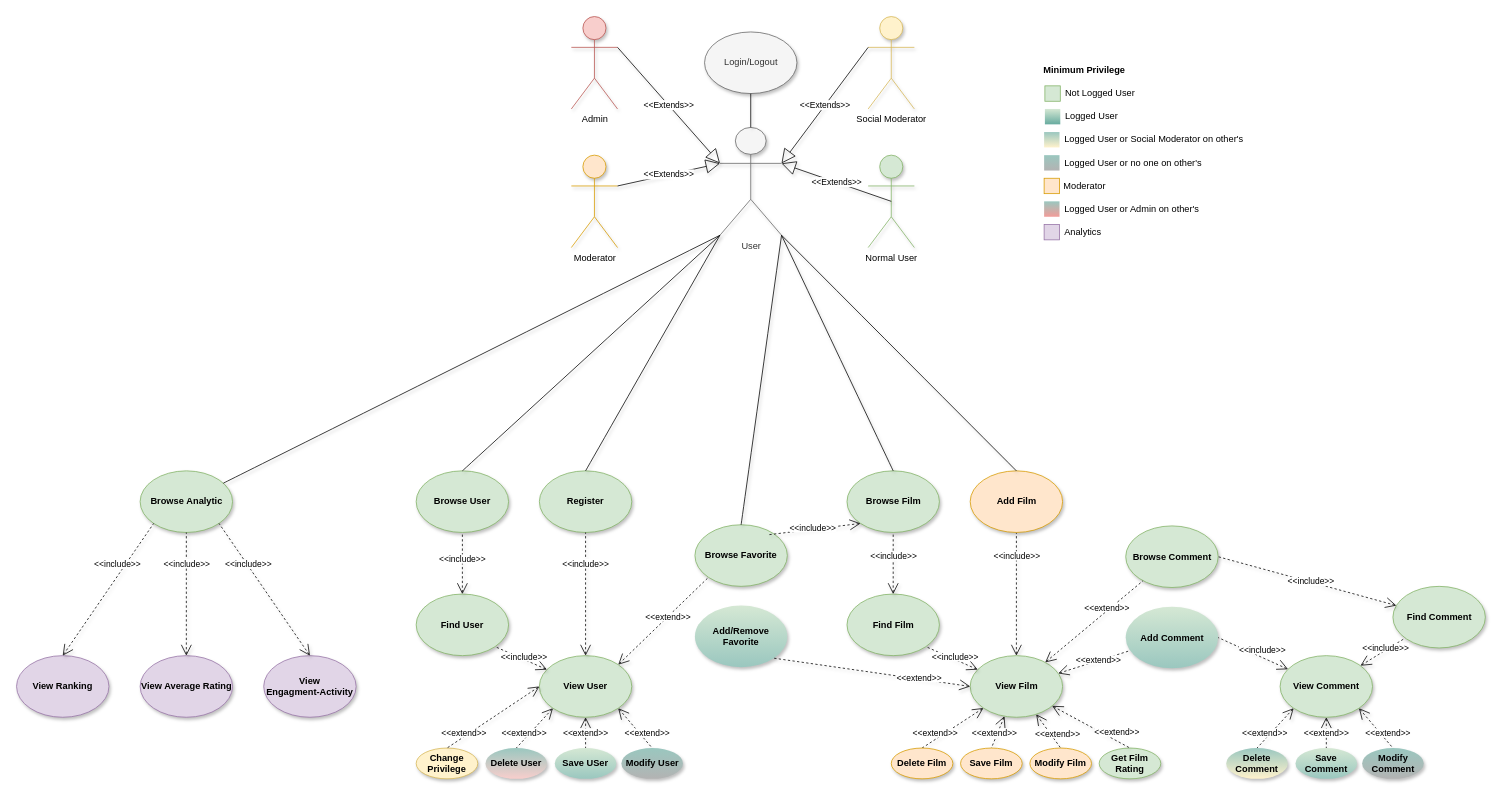
Above: Task2/Documentation/Diagrams/Use Case.drawio in unipi-fr/LargeScaleMultiStructureDatabases (draw.io), before the change. Source tidied: cells renumbered, new cells numbered last; positions are measured from the earlier drawing's top-left corner, leaving out a move shared by most shapes. Both pictures are drawn from the tidied source at 77%, with x=0, y=0 at pixel (16, 16).
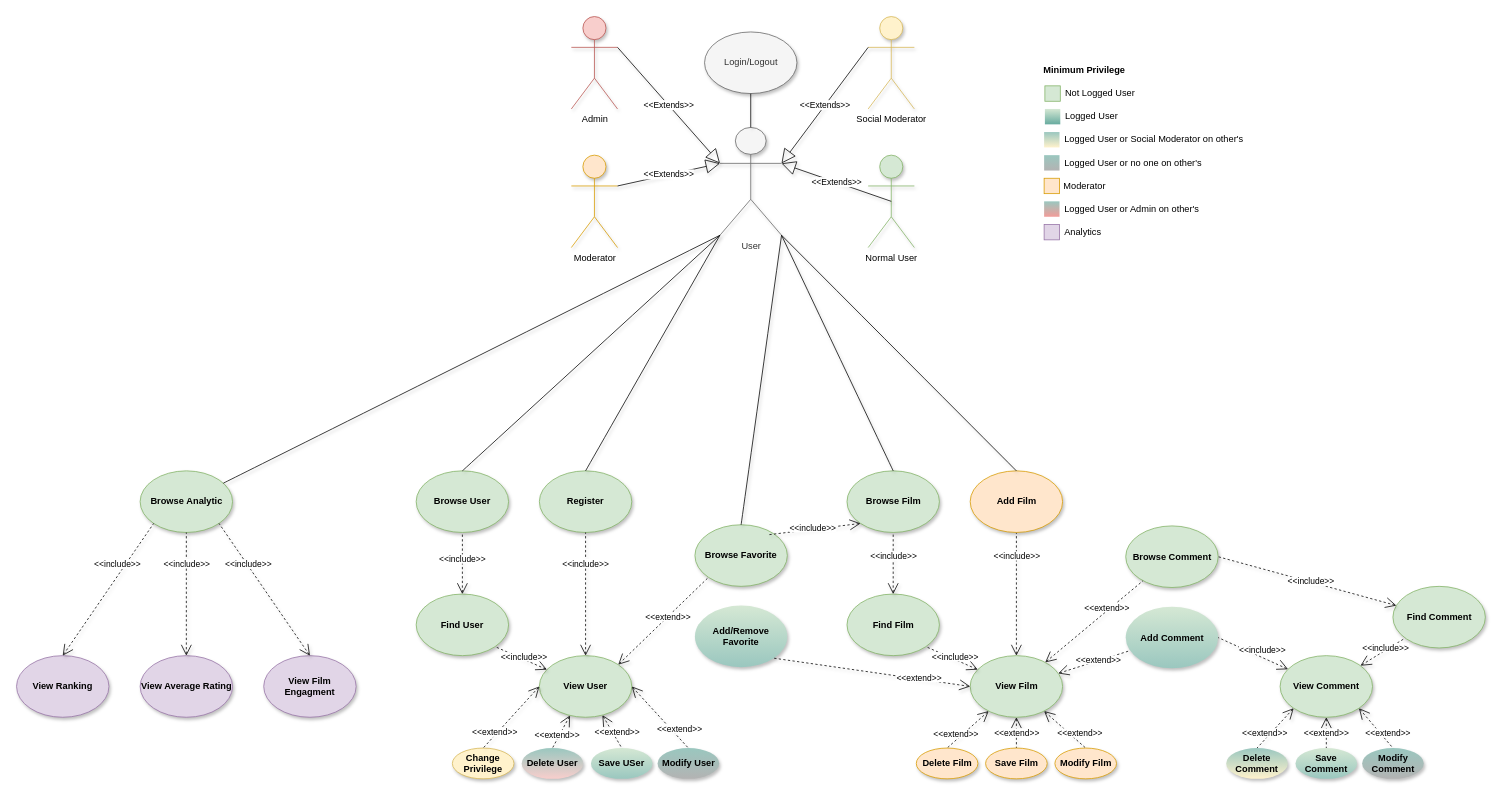
The same page after the edit.

The change refers to these unchanged cells:
```xml
<mxCell id="26" value="View User" style="ellipse;whiteSpace=wrap;html=1;fontStyle=1;fillColor=#d5e8d4;strokeColor=#82b366;shadow=1;" parent="1" vertex="1">
  <mxGeometry x="679" y="830" width="120" height="80" as="geometry" />
</mxCell>
<mxCell id="38" value="View Film" style="ellipse;whiteSpace=wrap;html=1;fontStyle=1;fillColor=#d5e8d4;strokeColor=#82b366;shadow=1;" parent="1" vertex="1">
  <mxGeometry x="1238.5" y="830" width="120" height="80" as="geometry" />
</mxCell>
```

Diff of the diagram source:
```diff
@@
-    <mxCell id="23" value="&lt;span style=&quot;background-color: rgb(255 , 255 , 255)&quot;&gt;&amp;lt;&amp;lt;extend&amp;gt;&amp;gt;&lt;/span&gt;" style="edgeStyle=none;html=1;startArrow=open;endArrow=none;startSize=12;verticalAlign=bottom;dashed=1;labelBackgroundColor=none;exitX=0;exitY=1;exitDx=0;exitDy=0;entryX=0.5;entryY=0;entryDx=0;entryDy=0;shadow=1;" parent="1" edge="1" source="26" target="27">
+    <mxCell id="23" value="&lt;span style=&quot;background-color: rgb(255 , 255 , 255)&quot;&gt;&amp;lt;&amp;lt;extend&amp;gt;&amp;gt;&lt;/span&gt;" style="edgeStyle=none;html=1;startArrow=open;endArrow=none;startSize=12;verticalAlign=bottom;dashed=1;labelBackgroundColor=none;entryX=0.5;entryY=0;entryDx=0;entryDy=0;shadow=1;" parent="1" edge="1" source="26" target="27">
       <mxGeometry x="0.6" y="1" relative="1" as="geometry" />
     </mxCell>
-    <mxCell id="24" value="&lt;span style=&quot;background-color: rgb(255 , 255 , 255)&quot;&gt;&amp;lt;&amp;lt;extend&amp;gt;&amp;gt;&lt;/span&gt;" style="edgeStyle=none;html=1;startArrow=open;endArrow=none;startSize=12;verticalAlign=bottom;dashed=1;labelBackgroundColor=none;entryX=0.5;entryY=0;entryDx=0;entryDy=0;exitX=0.5;exitY=1;exitDx=0;exitDy=0;shadow=1;" parent="1" edge="1" source="26" target="28">
+    <mxCell id="24" value="&lt;span style=&quot;background-color: rgb(255 , 255 , 255)&quot;&gt;&amp;lt;&amp;lt;extend&amp;gt;&amp;gt;&lt;/span&gt;" style="edgeStyle=none;html=1;startArrow=open;endArrow=none;startSize=12;verticalAlign=bottom;dashed=1;labelBackgroundColor=none;entryX=0.5;entryY=0;entryDx=0;entryDy=0;shadow=1;" parent="1" edge="1" source="26" target="28">
       <mxGeometry x="0.5" relative="1" as="geometry" />
     </mxCell>
-    <mxCell id="25" value="&lt;span style=&quot;background-color: rgb(255 , 255 , 255)&quot;&gt;&amp;lt;&amp;lt;extend&amp;gt;&amp;gt;&lt;/span&gt;" style="edgeStyle=none;html=1;startArrow=open;endArrow=none;startSize=12;verticalAlign=bottom;dashed=1;labelBackgroundColor=none;entryX=0.5;entryY=0;entryDx=0;entryDy=0;exitX=1;exitY=1;exitDx=0;exitDy=0;shadow=1;" parent="1" edge="1" source="26" target="29">
+    <mxCell id="25" value="&lt;span style=&quot;background-color: rgb(255 , 255 , 255)&quot;&gt;&amp;lt;&amp;lt;extend&amp;gt;&amp;gt;&lt;/span&gt;" style="edgeStyle=none;html=1;startArrow=open;endArrow=none;startSize=12;verticalAlign=bottom;dashed=1;labelBackgroundColor=none;entryX=0.5;entryY=0;entryDx=0;entryDy=0;exitX=1;exitY=0.5;exitDx=0;exitDy=0;shadow=1;" parent="1" edge="1" source="26" target="29">
       <mxGeometry x="0.65" y="2" relative="1" as="geometry" />
     </mxCell>
@@
     <mxCell id="27" value="Delete User" style="ellipse;whiteSpace=wrap;html=1;fontStyle=1;fillColor=#9AC7BF;strokeColor=none;shadow=1;gradientColor=#F8CECC;" parent="1" vertex="1">
-      <mxGeometry x="609" y="950" width="80" height="40" as="geometry" />
+      <mxGeometry x="656" y="950" width="80" height="40" as="geometry" />
     </mxCell>
     <mxCell id="28" value="Save USer" style="ellipse;whiteSpace=wrap;html=1;fontStyle=1;fillColor=#d5e8d4;strokeColor=none;shadow=1;gradientColor=#9AC7BF;" parent="1" vertex="1">
-      <mxGeometry x="699" y="950" width="80" height="40" as="geometry" />
+      <mxGeometry x="746" y="950" width="80" height="40" as="geometry" />
     </mxCell>
     <mxCell id="29" value="Modify User" style="ellipse;whiteSpace=wrap;html=1;fontStyle=1;fillColor=#9AC7BF;strokeColor=none;shadow=1;gradientColor=#B3B3B3;" parent="1" vertex="1">
-      <mxGeometry x="785.5" y="950" width="80" height="40" as="geometry" />
+      <mxGeometry x="832.5" y="950" width="80" height="40" as="geometry" />
     </mxCell>
@@
     <mxCell id="39" value="Delete Film" style="ellipse;whiteSpace=wrap;html=1;fontStyle=1;fillColor=#ffe6cc;strokeColor=#d79b00;shadow=1;" parent="1" vertex="1">
-      <mxGeometry x="1136" y="950" width="80" height="40" as="geometry" />
+      <mxGeometry x="1168.5" y="950" width="80" height="40" as="geometry" />
     </mxCell>
     <mxCell id="40" value="Save Film" style="ellipse;whiteSpace=wrap;html=1;fontStyle=1;fillColor=#ffe6cc;strokeColor=#d79b00;shadow=1;" parent="1" vertex="1">
-      <mxGeometry x="1226" y="950" width="80" height="40" as="geometry" />
+      <mxGeometry x="1258.5" y="950" width="80" height="40" as="geometry" />
     </mxCell>
     <mxCell id="41" value="Modify Film" style="ellipse;whiteSpace=wrap;html=1;fontStyle=1;fillColor=#ffe6cc;strokeColor=#d79b00;shadow=1;" parent="1" vertex="1">
-      <mxGeometry x="1316" y="950" width="80" height="40" as="geometry" />
+      <mxGeometry x="1348.5" y="950" width="80" height="40" as="geometry" />
     </mxCell>
@@
     <mxCell id="76" value="Change Privilege" style="ellipse;whiteSpace=wrap;html=1;fontStyle=1;fillColor=#FFF2CC;strokeColor=#D6B656;shadow=1;" parent="1" vertex="1">
-      <mxGeometry x="519" y="950" width="80" height="40" as="geometry" />
+      <mxGeometry x="566" y="950" width="80" height="40" as="geometry" />
     </mxCell>
@@
-    <mxCell id="86" value="&lt;p style=&quot;line-height: 120%&quot;&gt;View &lt;br&gt;Engagment-Activity&lt;/p&gt;" style="ellipse;whiteSpace=wrap;html=1;fontStyle=1;fillColor=#e1d5e7;strokeColor=#9673a6;shadow=1;" parent="1" vertex="1">
+    <mxCell id="86" value="&lt;p style=&quot;line-height: 120%&quot;&gt;View Film&lt;br&gt;&lt;span&gt;Engagment&lt;/span&gt;&lt;/p&gt;" style="ellipse;whiteSpace=wrap;html=1;fontStyle=1;fillColor=#e1d5e7;strokeColor=#9673a6;shadow=1;" parent="1" vertex="1">
       <mxGeometry x="321" y="830" width="120" height="80" as="geometry" />
     </mxCell>
@@
-    <mxCell id="89" value="Get Film Rating" style="ellipse;whiteSpace=wrap;html=1;fontStyle=1;fillColor=#d5e8d4;strokeColor=#82b366;shadow=1;" parent="1" vertex="1">
-      <mxGeometry x="1406" y="950" width="80" height="40" as="geometry" />
-    </mxCell>
-    <mxCell id="90" value="&lt;span style=&quot;background-color: rgb(255 , 255 , 255)&quot;&gt;&amp;lt;&amp;lt;extend&amp;gt;&amp;gt;&lt;/span&gt;" style="edgeStyle=none;html=1;startArrow=open;endArrow=none;startSize=12;verticalAlign=bottom;dashed=1;labelBackgroundColor=none;entryX=0.5;entryY=0;entryDx=0;entryDy=0;shadow=1;" parent="1" edge="1" source="38" target="89">
-      <mxGeometry x="0.65" y="2" relative="1" as="geometry" />
-    </mxCell>
```
